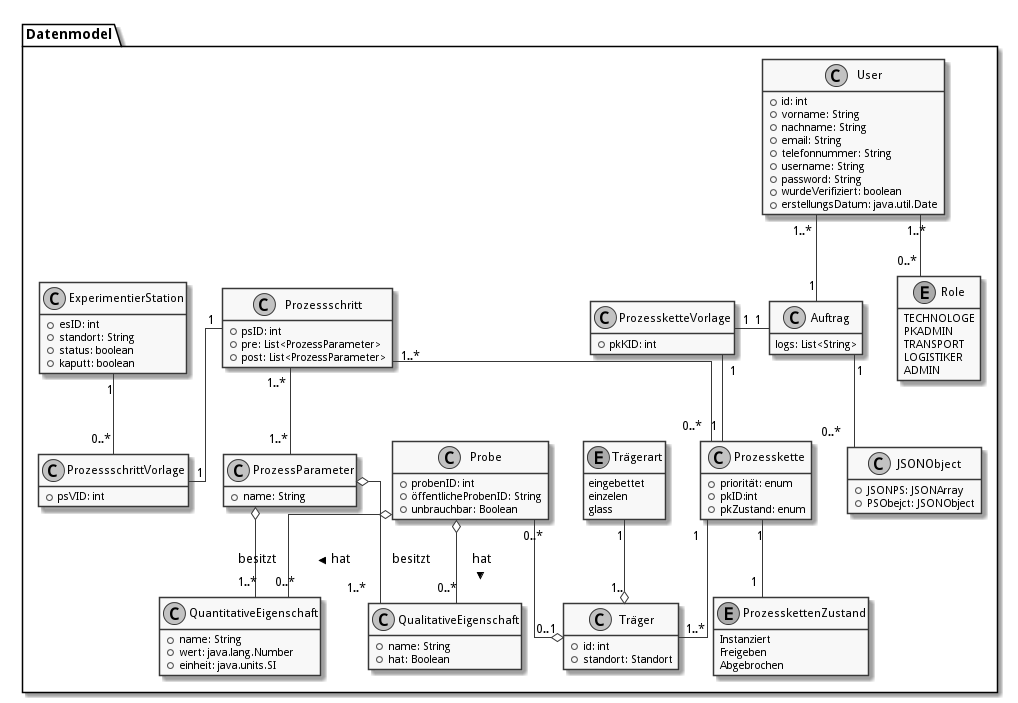
Before: doc/UML/datenModelNurEineID.png, a diagram exported from PlantUML (fkehlenb/softwareprojekt-2).
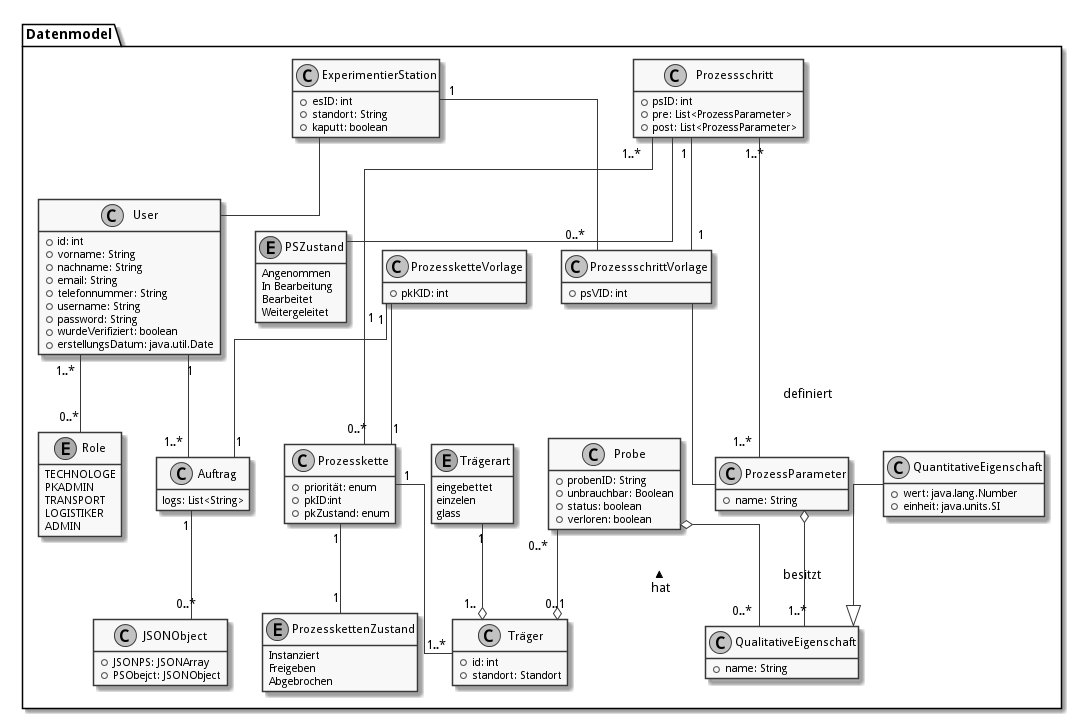
After the change.

Diff of the diagram source:
```diff
@@ -29,9 +29,10 @@
 
 
 class Probe {
-  +probenID: int
-  +öffentlicheProbenID: String
+  +probenID: String
   +unbrauchbar: Boolean
+  +status: boolean
+  +verloren: boolean
 }
 
 class Träger {
@@ -47,11 +48,9 @@
 
 class "QualitativeEigenschaft" as qualE {
   +name: String
-  +hat: Boolean
 }
 
 class "QuantitativeEigenschaft" as quantE {
-  +name: String
   +wert: java.lang.Number
   +einheit: java.units.SI
 }
@@ -90,7 +89,6 @@
 class "ExperimentierStation" as es {
   +esID: int
   +standort: String
-  +status: boolean
   +kaputt: boolean
 }
 
@@ -103,11 +101,17 @@
   logs: List<String>
 }
 
+enum PSZustand {
+Angenommen
+In Bearbeitung
+Bearbeitet
+Weitergeleitet
+}
+
 
   User "1..*" -- "0..*" Role
 
-  Probe o-- "0..*"quantE : hat >
-  Probe o-- "0..*"qualE : hat >
+  Probe o-- "0..*"qualE : < hat
   Trägerart"1" --o "1.." Träger
   Probe "0..*"--o "0..1" Träger
 
@@ -122,15 +126,20 @@
 
   ps "1..*" -- "1..*" pp
   pp o-- "1..*" qualE: besitzt
-  pp o-- "1..*" quantE: besitzt
 
   es "1" -- "0..*" psV
 
+  psV -- pp: definiert
 
   Auftrag "1" -down- "0..*" JSONObject
 
+  ps -- PSZustand
   pkV "1" -right-"1" Auftrag
 
-  User "1..*" -- "1" Auftrag
+  User "1" -- "1..*" Auftrag
+
+  quantE --|> qualE
+
+  es -- User
 }
 @enduml
```
